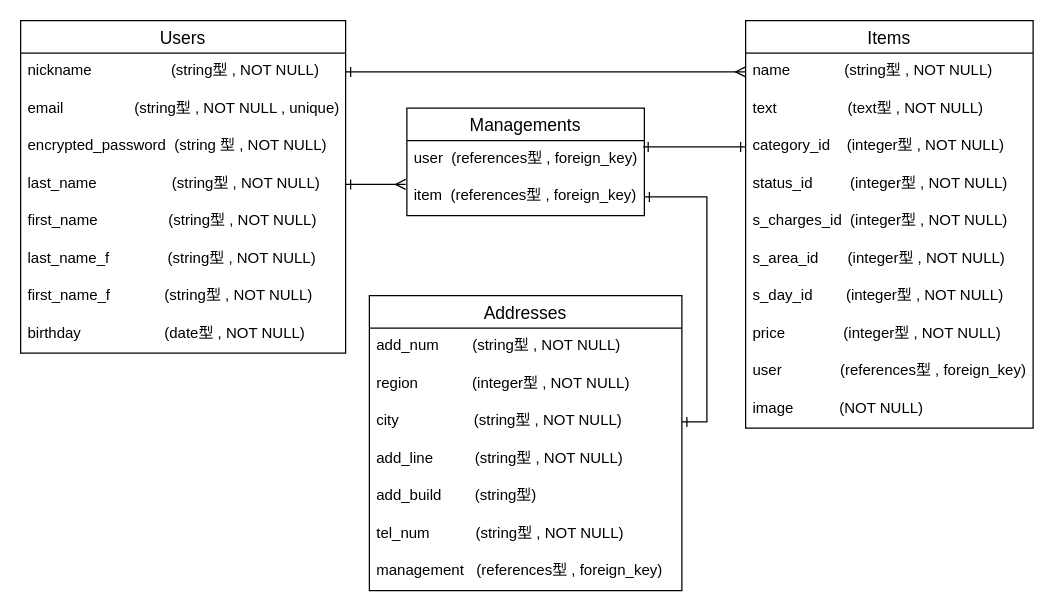
taka-elle/furima-34507 keeps this draw.io diagram as ER.dio. Above is the earlier version. Source tidied: cells renumbered, new cells numbered last; positions are measured from the earlier drawing's top-left corner, leaving out a move shared by most shapes. Both pictures are drawn from the tidied source at 125%, with x=0, y=0 at pixel (20, 20).
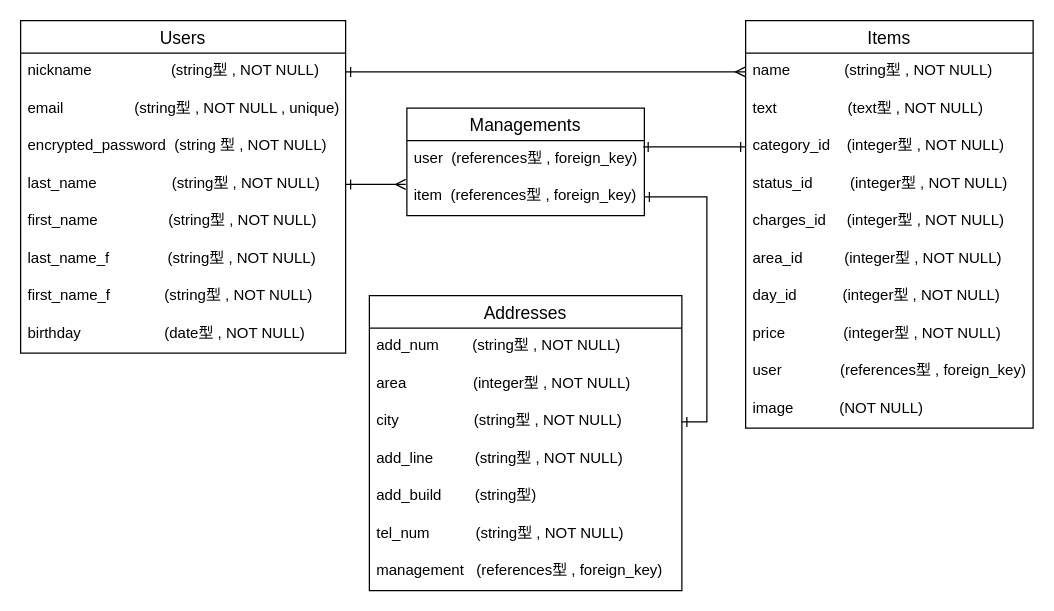
Above is the later version.

Commit message:
ER図の記述一部変更

Unchanged cells that the change refers to:
```xml
<mxCell id="14" value="Addresses" style="swimlane;fontStyle=0;horizontal=1;startSize=26;align=center;fontSize=14;" parent="1" vertex="1">
  <mxGeometry x="279" y="220" width="250" height="236" as="geometry" />
</mxCell>
<mxCell id="22" value="Items" style="swimlane;fontStyle=0;horizontal=1;startSize=26;align=center;fontSize=14;" parent="1" vertex="1">
  <mxGeometry x="580" width="230" height="326" as="geometry" />
</mxCell>
```

Diff of the diagram source:
```diff
@@
-    <mxCell id="16" value="region             (integer型 , NOT NULL)" style="text;strokeColor=none;fillColor=none;spacingLeft=4;spacingRight=4;overflow=hidden;fontSize=12;" parent="14" vertex="1">
+    <mxCell id="16" value="area                (integer型 , NOT NULL)" style="text;strokeColor=none;fillColor=none;spacingLeft=4;spacingRight=4;overflow=hidden;fontSize=12;" parent="14" vertex="1">
       <mxGeometry y="56" width="250" height="30" as="geometry" />
     </mxCell>
@@
-    <mxCell id="27" value="s_charges_id  (integer型 , NOT NULL)" style="text;strokeColor=none;fillColor=none;spacingLeft=4;spacingRight=4;overflow=hidden;fontSize=12;" parent="22" vertex="1">
+    <mxCell id="27" value="charges_id     (integer型 , NOT NULL)" style="text;strokeColor=none;fillColor=none;spacingLeft=4;spacingRight=4;overflow=hidden;fontSize=12;" parent="22" vertex="1">
       <mxGeometry y="146" width="230" height="30" as="geometry" />
     </mxCell>
-    <mxCell id="28" value="s_area_id       (integer型 , NOT NULL)" style="text;strokeColor=none;fillColor=none;spacingLeft=4;spacingRight=4;overflow=hidden;fontSize=12;" parent="22" vertex="1">
+    <mxCell id="28" value="area_id          (integer型 , NOT NULL)" style="text;strokeColor=none;fillColor=none;spacingLeft=4;spacingRight=4;overflow=hidden;fontSize=12;" parent="22" vertex="1">
       <mxGeometry y="176" width="230" height="30" as="geometry" />
     </mxCell>
-    <mxCell id="29" value="s_day_id        (integer型 , NOT NULL)" style="text;strokeColor=none;fillColor=none;spacingLeft=4;spacingRight=4;overflow=hidden;fontSize=12;" parent="22" vertex="1">
+    <mxCell id="29" value="day_id           (integer型 , NOT NULL)" style="text;strokeColor=none;fillColor=none;spacingLeft=4;spacingRight=4;overflow=hidden;fontSize=12;" parent="22" vertex="1">
       <mxGeometry y="206" width="230" height="30" as="geometry" />
     </mxCell>
```
